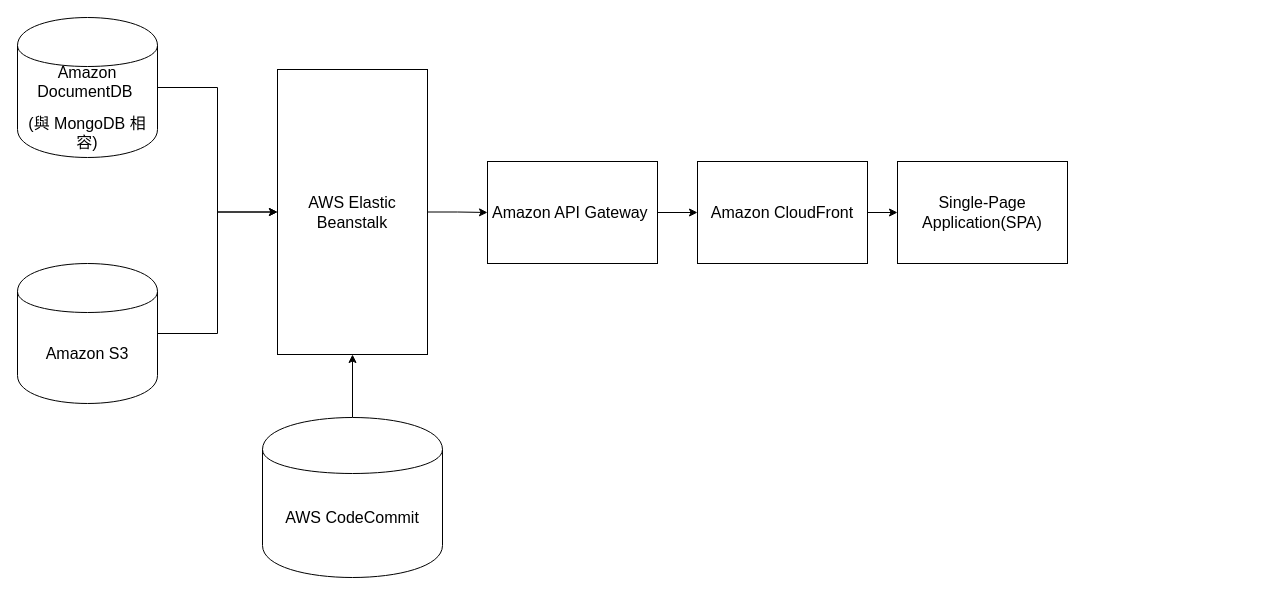
Earlier version of the draw.io diagram beanstalk/Beanstalk.drawio (Ruisi-Lu/aws_frame). Source tidied: cells renumbered, new cells numbered last; positions are measured from the earlier drawing's top-left corner, leaving out a move shared by most shapes. Both pictures are drawn from the tidied source at 100%, with x=0, y=0 at pixel (17, 17).
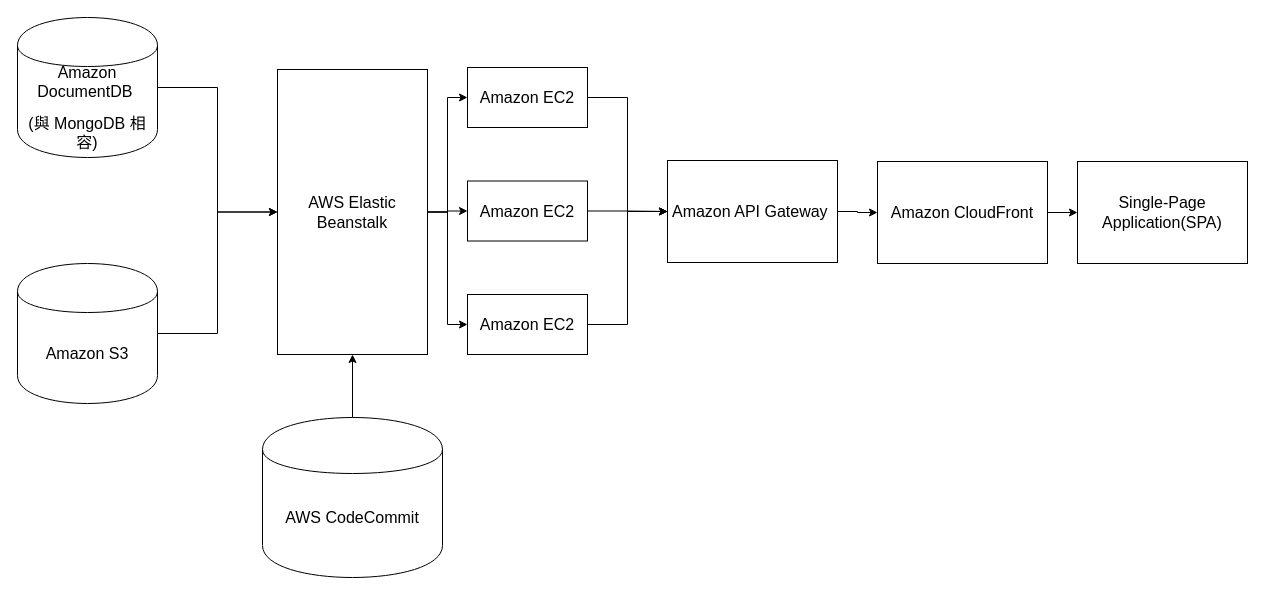
The same page after the edit.

Unchanged cells that the change refers to:
```xml
<mxCell id="14" value="&lt;p class=&quot;MsoNormal&quot;&gt;&lt;span lang=&quot;EN-US&quot; style=&quot;font-size: 12.0pt ; font-family: &amp;#34;微軟正黑體&amp;#34; , sans-serif&quot;&gt;AWS Elastic Beanstalk&lt;/span&gt;&lt;br&gt;&lt;/p&gt;" style="rounded=0;whiteSpace=wrap;html=1;" parent="1" vertex="1">
  <mxGeometry x="260" y="52" width="150" height="285" as="geometry" />
</mxCell>
```

Change to the diagram source:
```diff
@@
     <mxCell id="3" value="&lt;span lang=&quot;EN-US&quot; style=&quot;font-size: 12.0pt ; font-family: &amp;#34;微軟正黑體&amp;#34; , sans-serif&quot;&gt;Amazon API Gateway&amp;nbsp;&lt;/span&gt;" style="rounded=0;whiteSpace=wrap;html=1;" parent="1" vertex="1">
-      <mxGeometry x="470" y="144" width="170" height="102" as="geometry" />
+      <mxGeometry x="650" y="143" width="170" height="102" as="geometry" />
     </mxCell>
@@
     <mxCell id="5" value="&lt;span lang=&quot;EN-US&quot; style=&quot;font-size: 12.0pt ; font-family: &amp;#34;微軟正黑體&amp;#34; , sans-serif&quot;&gt;Amazon CloudFront&lt;/span&gt;" style="rounded=0;whiteSpace=wrap;html=1;" parent="1" vertex="1">
-      <mxGeometry x="680" y="144" width="170" height="102" as="geometry" />
+      <mxGeometry x="860" y="144" width="170" height="102" as="geometry" />
     </mxCell>
     <mxCell id="6" value="&lt;span lang=&quot;EN-US&quot; style=&quot;font-size: 12.0pt ; font-family: &amp;#34;微軟正黑體&amp;#34; , sans-serif&quot;&gt;Single-Page Application(SPA)&lt;/span&gt;" style="rounded=0;whiteSpace=wrap;html=1;" parent="1" vertex="1">
-      <mxGeometry x="880" y="144" width="170" height="102" as="geometry" />
+      <mxGeometry x="1060" y="144" width="170" height="102" as="geometry" />
     </mxCell>
@@
-    <mxCell id="13" style="edgeStyle=orthogonalEdgeStyle;rounded=0;jettySize=auto;html=1;entryX=0;entryY=0.5;entryDx=0;entryDy=0;" parent="1" edge="1" source="14" target="3">
-      <mxGeometry relative="1" as="geometry" />
-    </mxCell>
+    <mxCell id="15" style="edgeStyle=orthogonalEdgeStyle;rounded=0;jettySize=auto;html=1;entryX=0;entryY=0.5;entryDx=0;entryDy=0;" parent="1" edge="1" source="14" target="19">
+      <mxGeometry relative="1" as="geometry" />
+    </mxCell>
+    <mxCell id="16" style="edgeStyle=orthogonalEdgeStyle;rounded=0;jettySize=auto;html=1;" parent="1" edge="1" source="14" target="21">
+      <mxGeometry relative="1" as="geometry" />
+    </mxCell>
+    <mxCell id="17" style="edgeStyle=orthogonalEdgeStyle;rounded=0;jettySize=auto;html=1;" parent="1" edge="1" source="14" target="23">
+      <mxGeometry relative="1" as="geometry" />
+    </mxCell>
@@
+    <mxCell id="18" style="edgeStyle=orthogonalEdgeStyle;rounded=0;jettySize=auto;html=1;entryX=0;entryY=0.5;entryDx=0;entryDy=0;" parent="1" edge="1" source="19" target="3">
+      <mxGeometry relative="1" as="geometry" />
+    </mxCell>
+    <mxCell id="19" value="&lt;span lang=&quot;EN-US&quot; style=&quot;font-size: 12.0pt ; font-family: &amp;#34;微軟正黑體&amp;#34; , sans-serif&quot;&gt;Amazon EC2&lt;/span&gt;" style="rounded=0;whiteSpace=wrap;html=1;" parent="1" vertex="1">
+      <mxGeometry x="450" y="50" width="120" height="60" as="geometry" />
+    </mxCell>
+    <mxCell id="20" style="edgeStyle=orthogonalEdgeStyle;rounded=0;jettySize=auto;html=1;entryX=0;entryY=0.5;entryDx=0;entryDy=0;" parent="1" edge="1" source="21" target="3">
+      <mxGeometry relative="1" as="geometry" />
+    </mxCell>
+    <mxCell id="21" value="&lt;span lang=&quot;EN-US&quot; style=&quot;font-size: 12.0pt ; font-family: &amp;#34;微軟正黑體&amp;#34; , sans-serif&quot;&gt;Amazon EC2&lt;/span&gt;" style="rounded=0;whiteSpace=wrap;html=1;" parent="1" vertex="1">
+      <mxGeometry x="450" y="163.5" width="120" height="60" as="geometry" />
+    </mxCell>
+    <mxCell id="22" style="edgeStyle=orthogonalEdgeStyle;rounded=0;jettySize=auto;html=1;entryX=0;entryY=0.5;entryDx=0;entryDy=0;" parent="1" edge="1" source="23" target="3">
+      <mxGeometry relative="1" as="geometry" />
+    </mxCell>
+    <mxCell id="23" value="&lt;span lang=&quot;EN-US&quot; style=&quot;font-size: 12.0pt ; font-family: &amp;#34;微軟正黑體&amp;#34; , sans-serif&quot;&gt;Amazon EC2&lt;/span&gt;" style="rounded=0;whiteSpace=wrap;html=1;" parent="1" vertex="1">
+      <mxGeometry x="450" y="277" width="120" height="60" as="geometry" />
+    </mxCell>
```
